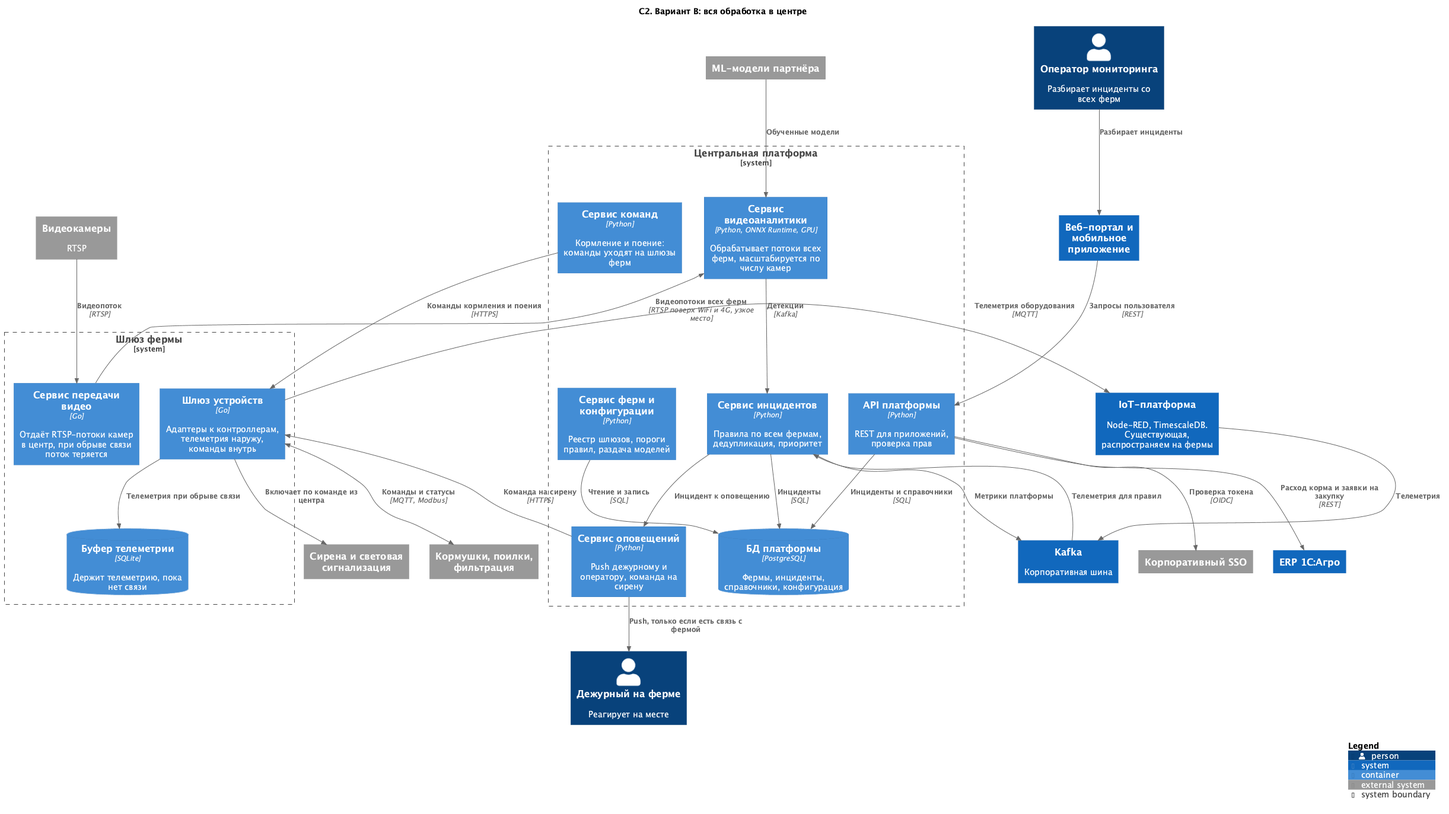
This is Task2/C2-alternative.png from FCTL3314/MSA-AgroTech, a PlantUML export, as it was before one commit.
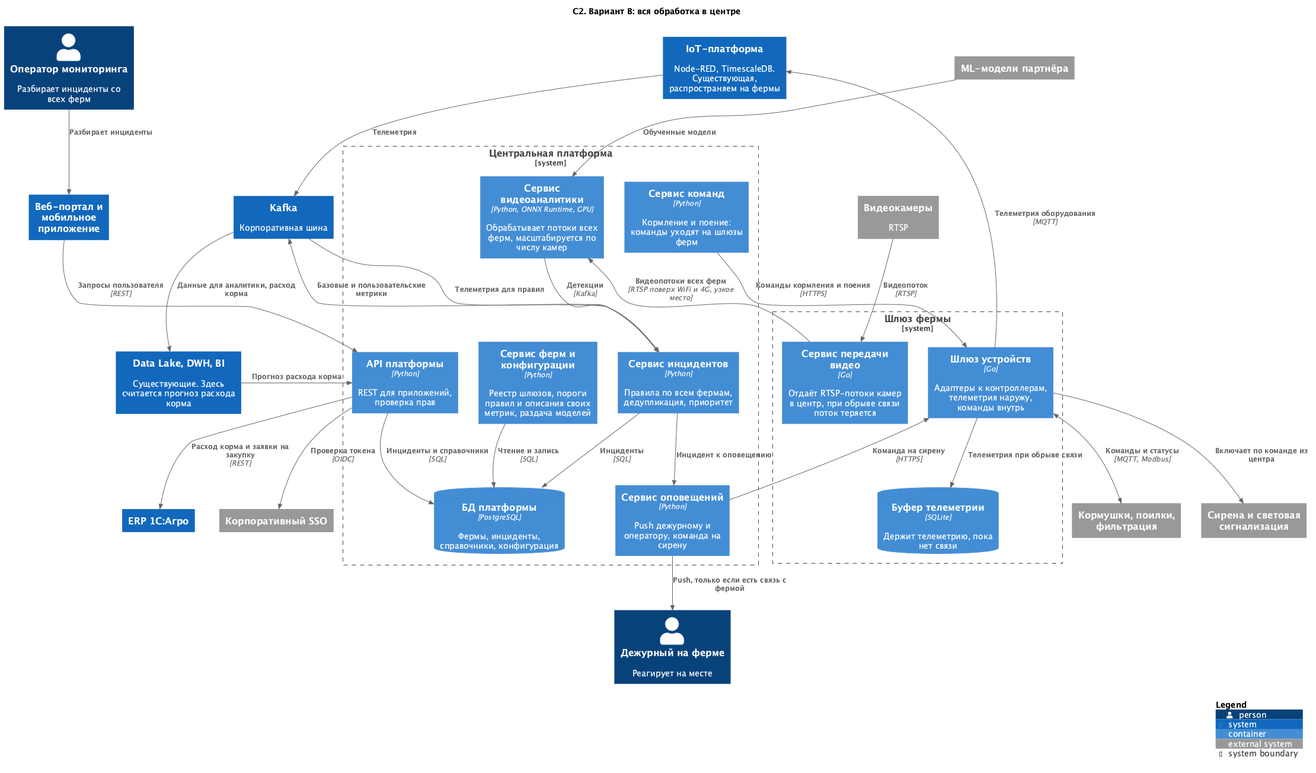
The same file after the commit.

Diff of the diagram source:
```diff
@@ -18,7 +18,7 @@
   Container(commands, "Сервис команд", "Python", "Кормление и поение: команды уходят на шлюзы ферм")
   Container(notify, "Сервис оповещений", "Python", "Push дежурному и оператору, команда на сирену")
   Container(api, "API платформы", "Python", "REST для приложений, проверка прав")
-  Container(fleet, "Сервис ферм и конфигурации", "Python", "Реестр шлюзов, пороги правил, раздача моделей")
+  Container(fleet, "Сервис ферм и конфигурации", "Python", "Реестр шлюзов, пороги правил и описания своих метрик, раздача моделей")
   ContainerDb(centraldb, "БД платформы", "PostgreSQL", "Фермы, инциденты, справочники, конфигурация")
 }
 
@@ -31,6 +31,7 @@
 System(apps, "Веб-портал и мобильное приложение")
 System(kafka, "Kafka", "Корпоративная шина")
 System(erp, "ERP 1С:Агро")
+System(storage, "Data Lake, DWH, BI", "Существующие. Здесь считается прогноз расхода корма")
 
 Rel(cameras, streamer, "Видеопоток", "RTSP")
 BiRel(devgw, equipment, "Команды и статусы", "MQTT, Modbus")
@@ -53,7 +54,9 @@
 Rel(api, idp, "Проверка токена", "OIDC")
 Rel(apps, api, "Запросы пользователя", "REST")
 Rel(operator, apps, "Разбирает инциденты")
-Rel(incidents, kafka, "Метрики платформы")
+Rel(incidents, kafka, "Базовые и пользовательские метрики")
+Rel(kafka, storage, "Данные для аналитики, расход корма")
+Rel(storage, api, "Прогноз расхода корма")
 Rel(api, erp, "Расход корма и заявки на закупку", "REST")
 
 SHOW_LEGEND()
```
